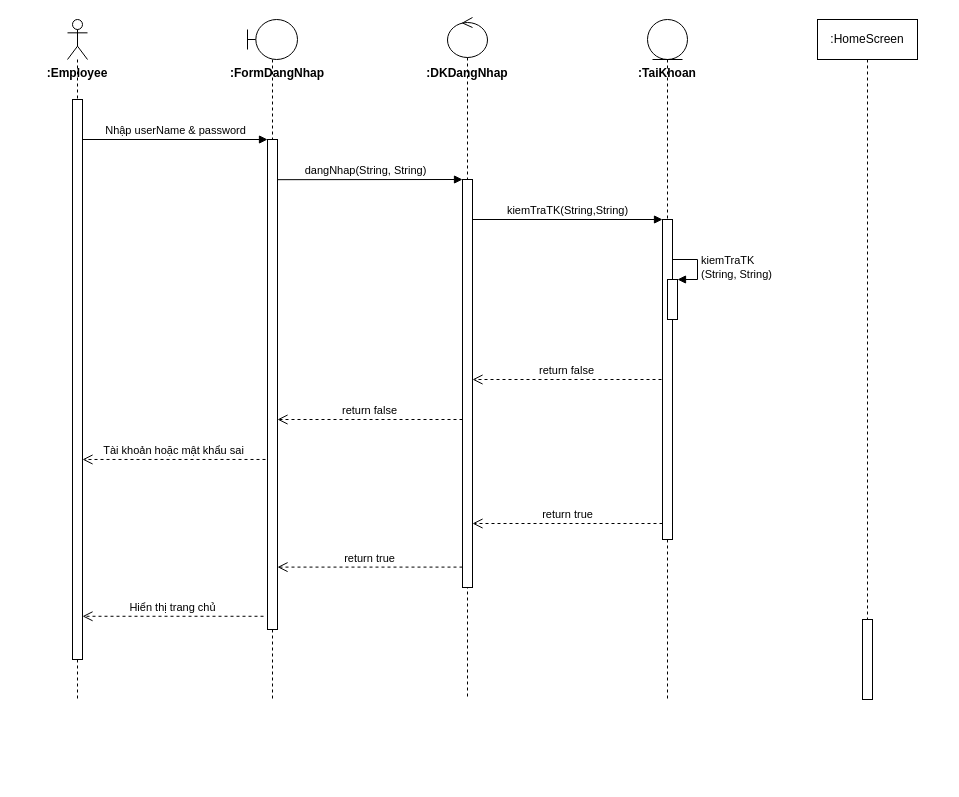
The draw.io diagram page "login" (2 of 3) of Search sequence diagram.drawio in LocalHost127000/OODA, before the edit. Source tidied: cells renumbered, new cells numbered last; positions are measured from the earlier drawing's top-left corner, leaving out a move shared by most shapes. Both pictures are drawn from the tidied source at 100%, with x=0, y=0 at pixel (37, 17).
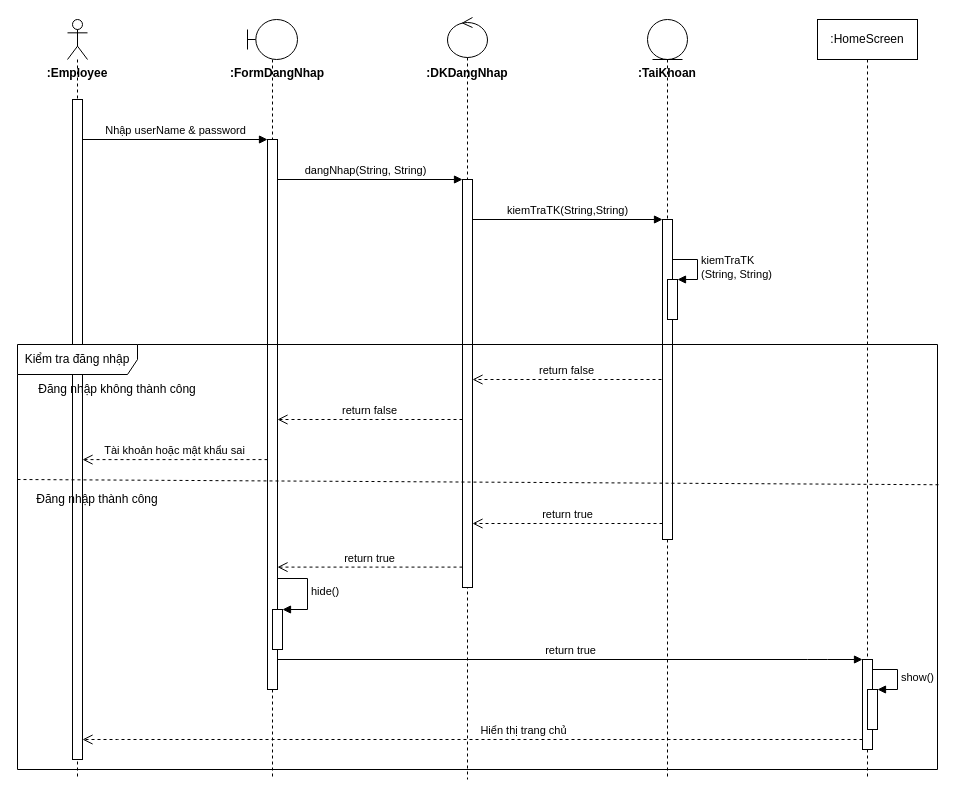
The same page after the edit.

Unchanged cells that the change refers to:
```xml
<mxCell id="9" style="html=1;points=[];perimeter=orthogonalPerimeter;" parent="8" vertex="1">
  <mxGeometry x="15" y="162" width="10" height="408" as="geometry" />
</mxCell>
```

Change to the diagram source:
```diff
@@
+    <mxCell id="25" value=":HomeScreen" style="shape=umlLifeline;perimeter=lifelinePerimeter;whiteSpace=wrap;html=1;fillColor=#ffffff;" parent="1" vertex="1">
+      <mxGeometry x="780" y="2" width="100" height="760" as="geometry" />
+    </mxCell>
+    <mxCell id="26" style="html=1;points=[];perimeter=orthogonalPerimeter;fillColor=#ffffff;" parent="25" vertex="1">
+      <mxGeometry x="45" y="640" width="10" height="90" as="geometry" />
+    </mxCell>
     <mxCell id="2" style="shape=umlLifeline;participant=umlActor;perimeter=lifelinePerimeter;whiteSpace=wrap;html=1;verticalAlign=top;spacingTop=36;" parent="1" vertex="1">
-      <mxGeometry x="30" y="2" width="20" height="680" as="geometry" />
+      <mxGeometry x="30" y="2" width="20" height="760" as="geometry" />
     </mxCell>
     <mxCell id="3" style="html=1;points=[];perimeter=orthogonalPerimeter;" parent="2" vertex="1">
-      <mxGeometry x="5" y="80" width="10" height="560" as="geometry" />
+      <mxGeometry x="5" y="80" width="10" height="660" as="geometry" />
     </mxCell>
@@
     <mxCell id="5" style="shape=umlLifeline;participant=umlBoundary;perimeter=lifelinePerimeter;whiteSpace=wrap;html=1;verticalAlign=top;spacingTop=36;" parent="1" vertex="1">
-      <mxGeometry x="210" y="2" width="50" height="680" as="geometry" />
+      <mxGeometry x="210" y="2" width="50" height="760" as="geometry" />
     </mxCell>
     <mxCell id="6" style="html=1;points=[];perimeter=orthogonalPerimeter;" parent="5" vertex="1">
-      <mxGeometry x="20" y="120" width="10" height="490" as="geometry" />
+      <mxGeometry x="20" y="120" width="10" height="550" as="geometry" />
     </mxCell>
@@
     <mxCell id="8" style="shape=umlLifeline;participant=umlControl;perimeter=lifelinePerimeter;whiteSpace=wrap;html=1;verticalAlign=top;spacingTop=36;" parent="1" vertex="1">
-      <mxGeometry x="410" width="40" height="682" as="geometry" />
+      <mxGeometry x="410" width="40" height="762" as="geometry" />
     </mxCell>
@@
     <mxCell id="11" style="shape=umlLifeline;participant=umlEntity;perimeter=lifelinePerimeter;whiteSpace=wrap;html=1;verticalAlign=top;spacingTop=36;" parent="1" vertex="1">
-      <mxGeometry x="610" y="2" width="40" height="680" as="geometry" />
+      <mxGeometry x="610" y="2" width="40" height="760" as="geometry" />
     </mxCell>
@@
-    <mxCell id="17" value="Hiển thị trang chủ" style="html=1;verticalAlign=bottom;endArrow=open;dashed=1;endSize=8;exitX=-0.4;exitY=0.973;exitDx=0;exitDy=0;exitPerimeter=0;" parent="1" edge="1" source="6" target="3">
-      <mxGeometry relative="1" as="geometry" />
-    </mxCell>
@@
-    <mxCell id="19" value="dangNhap(String, String)" style="html=1;verticalAlign=bottom;endArrow=block;entryX=0;entryY=0;exitX=1;exitY=0.082;exitDx=0;exitDy=0;exitPerimeter=0;" parent="1" edge="1" source="6" target="9">
-      <mxGeometry x="-0.05" relative="1" as="geometry" />
+    <mxCell id="19" value="dangNhap(String, String)" style="html=1;verticalAlign=bottom;endArrow=block;entryX=0;entryY=0;" parent="1" edge="1" target="9">
+      <mxGeometry x="-0.05" relative="1" as="geometry">
+        <mxPoint x="240" y="162" as="sourcePoint" />
+      </mxGeometry>
     </mxCell>
@@
-    <mxCell id="24" value="Tài khoản hoặc mật khẩu sai" style="html=1;verticalAlign=bottom;endArrow=open;dashed=1;endSize=8;exitX=-0.2;exitY=0.653;exitDx=0;exitDy=0;exitPerimeter=0;" parent="1" edge="1" source="6" target="3">
+    <mxCell id="24" value="Tài khoản hoặc mật khẩu sai" style="html=1;verticalAlign=bottom;endArrow=open;dashed=1;endSize=8;exitX=0.003;exitY=0.582;exitDx=0;exitDy=0;exitPerimeter=0;" parent="1" edge="1" source="6" target="3">
       <mxGeometry relative="1" as="geometry" />
     </mxCell>
-    <mxCell id="25" value=":HomeScreen" style="shape=umlLifeline;perimeter=lifelinePerimeter;whiteSpace=wrap;html=1;fillColor=#ffffff;" parent="1" vertex="1">
-      <mxGeometry x="780" y="2" width="100" height="680" as="geometry" />
-    </mxCell>
-    <mxCell id="26" style="html=1;points=[];perimeter=orthogonalPerimeter;fillColor=#ffffff;" parent="25" vertex="1">
-      <mxGeometry x="45" y="600" width="10" height="80" as="geometry" />
-    </mxCell>
+    <mxCell id="27" style="endArrow=none;dashed=1;html=1;entryX=1.003;entryY=0.33;entryDx=0;entryDy=0;entryPerimeter=0;" parent="1" edge="1" target="35">
+      <mxGeometry relative="1" as="geometry">
+        <mxPoint x="-20" y="462" as="sourcePoint" />
+      </mxGeometry>
+    </mxCell>
+    <mxCell id="28" value="Đăng nhập không thành công" style="text;html=1;strokeColor=none;fillColor=none;align=center;verticalAlign=middle;whiteSpace=wrap;rounded=0;" parent="1" vertex="1">
+      <mxGeometry y="362" width="160" height="20" as="geometry" />
+    </mxCell>
+    <mxCell id="29" value="Đăng nhập thành công" style="text;html=1;strokeColor=none;fillColor=none;align=center;verticalAlign=middle;whiteSpace=wrap;rounded=0;" parent="1" vertex="1">
+      <mxGeometry x="-20" y="472" width="160" height="20" as="geometry" />
+    </mxCell>
+    <mxCell id="30" style="html=1;points=[];perimeter=orthogonalPerimeter;fillColor=#ffffff;" parent="1" vertex="1">
+      <mxGeometry x="235" y="592" width="10" height="40" as="geometry" />
+    </mxCell>
+    <mxCell id="31" value="hide()" style="edgeStyle=orthogonalEdgeStyle;html=1;align=left;spacingLeft=2;endArrow=block;rounded=0;entryX=1;entryY=0;" parent="1" edge="1" source="6" target="30">
+      <mxGeometry relative="1" as="geometry">
+        <Array as="points">
+          <mxPoint x="270" y="561" />
+          <mxPoint x="270" y="592" />
+        </Array>
+      </mxGeometry>
+    </mxCell>
+    <mxCell id="32" value="return true" style="html=1;verticalAlign=bottom;endArrow=block;" parent="1" edge="1" source="6">
+      <mxGeometry relative="1" as="geometry">
+        <mxPoint x="825" y="642" as="targetPoint" />
+        <Array as="points">
+          <mxPoint x="780" y="642" />
+        </Array>
+      </mxGeometry>
+    </mxCell>
+    <mxCell id="33" style="html=1;points=[];perimeter=orthogonalPerimeter;fillColor=#ffffff;" parent="1" vertex="1">
+      <mxGeometry x="830" y="672" width="10" height="40" as="geometry" />
+    </mxCell>
+    <mxCell id="34" value="show()" style="edgeStyle=orthogonalEdgeStyle;html=1;align=left;spacingLeft=2;endArrow=block;rounded=0;entryX=1;entryY=0;" parent="1" edge="1" target="33">
+      <mxGeometry relative="1" as="geometry">
+        <mxPoint x="835" y="652" as="sourcePoint" />
+        <Array as="points">
+          <mxPoint x="860" y="652" />
+        </Array>
+      </mxGeometry>
+    </mxCell>
+    <mxCell id="17" value="Hiển thị trang chủ" style="html=1;verticalAlign=bottom;endArrow=open;dashed=1;endSize=8;" parent="1" edge="1" source="26" target="3">
+      <mxGeometry x="-0.13" relative="1" as="geometry">
+        <Array as="points">
+          <mxPoint x="90" y="722" />
+        </Array>
+      </mxGeometry>
+    </mxCell>
+    <mxCell id="35" value="Kiểm tra đăng nhập" style="shape=umlFrame;whiteSpace=wrap;html=1;fillColor=#ffffff;width=120;height=30;" parent="1" vertex="1">
+      <mxGeometry x="-20" y="327" width="920" height="425" as="geometry" />
+    </mxCell>
```
